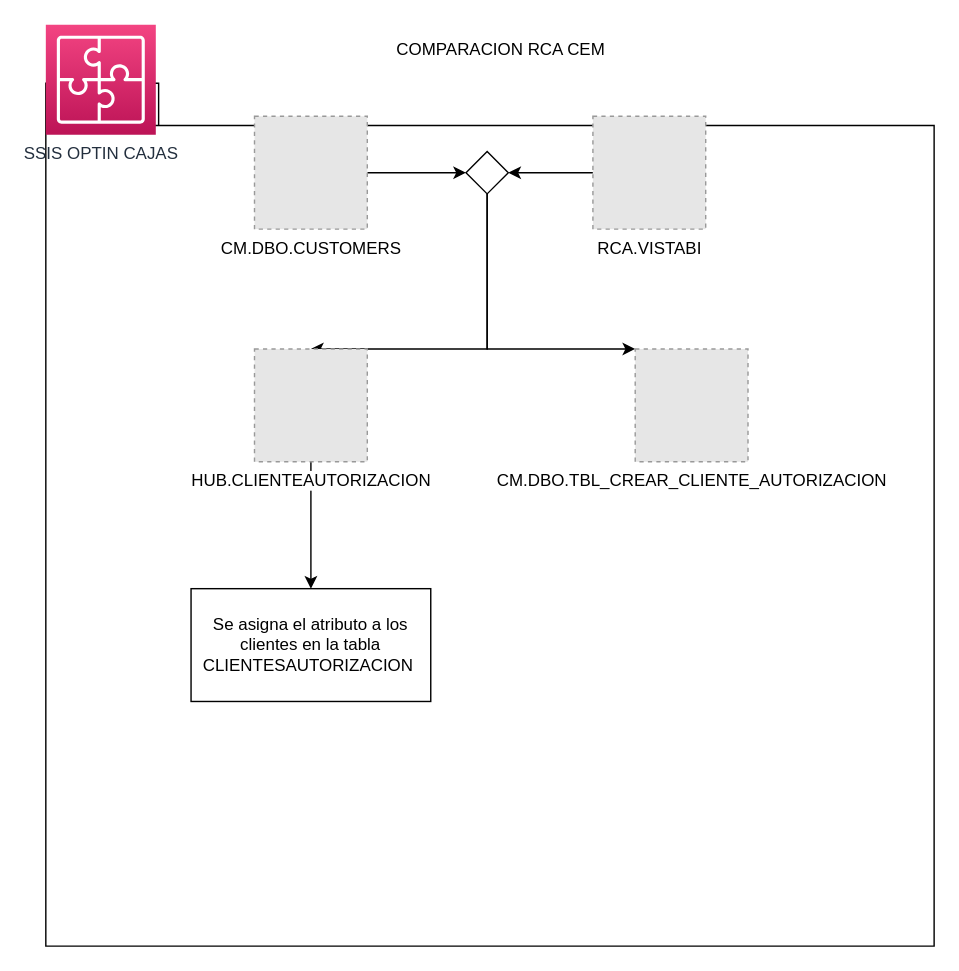
Above: ComparacionRCA_CEM_OPTINCAJAS.drawio in darkarand92/Diagramas-Integracion (draw.io), before the change. Source tidied: cells renumbered, new cells numbered last; positions are measured from the earlier drawing's top-left corner, leaving out a move shared by most shapes. Both pictures are drawn from the tidied source at 141%, with x=0, y=0 at pixel (45, 24). Pictures stored in the file or linked from it are replaced by grey dashed boxes.
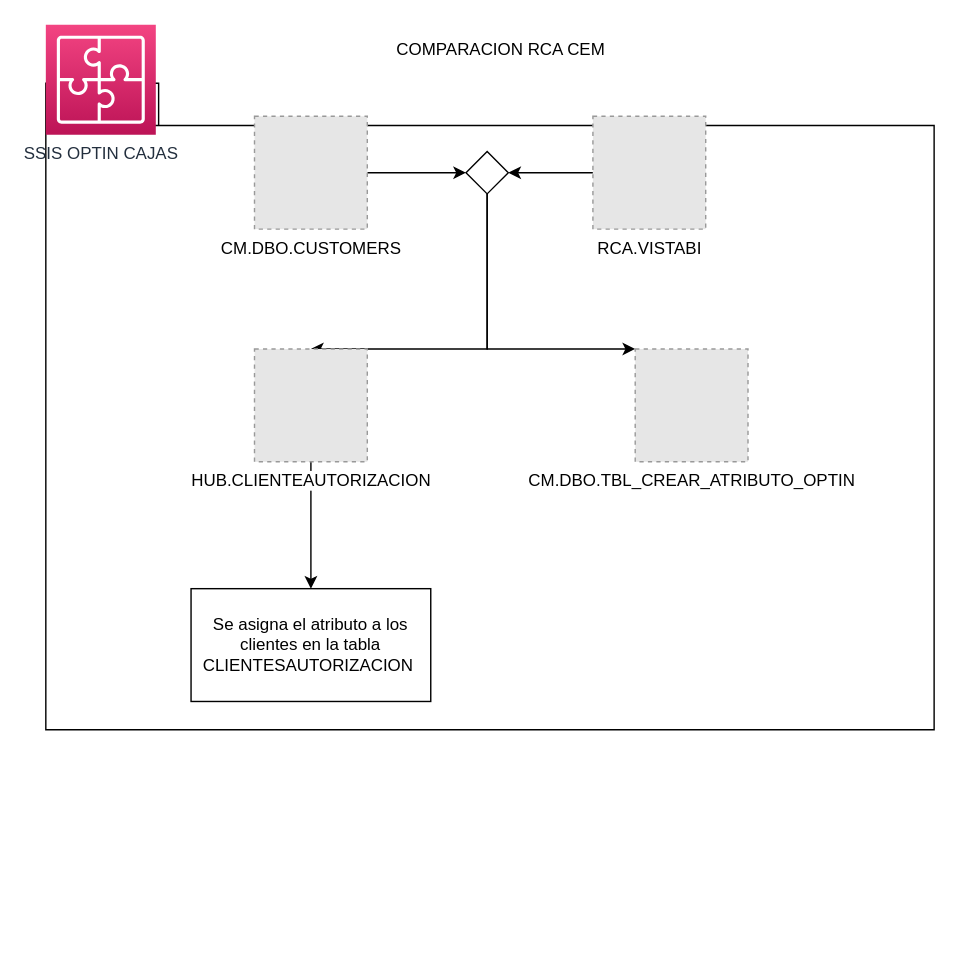
Above is the later version.

Diff of the diagram source:
```diff
@@
 <mxGraphModel>
   <root>
     <mxCell id="0" />
     <mxCell id="1" parent="0" />
     <mxCell id="2" style="shape=folder;fontStyle=1;tabWidth=80;tabHeight=30;tabPosition=left;html=1;boundedLbl=1;" parent="1" vertex="1">
-      <mxGeometry y="41.5" width="630" height="612" as="geometry" />
+      <mxGeometry y="41.5" width="630" height="458.5" as="geometry" />
     </mxCell>
     <mxCell id="3" value="SSIS OPTIN CAJAS" style="fontColor=#232F3E;gradientColor=#F34482;gradientDirection=north;fillColor=#BC1356;strokeColor=#ffffff;dashed=0;verticalLabelPosition=bottom;verticalAlign=top;align=center;html=1;fontSize=12;fontStyle=0;shape=mxgraph.aws4.resourceIcon;resIcon=mxgraph.aws4.application_integration;" parent="1" vertex="1">
       <mxGeometry width="78" height="78" as="geometry" />
     </mxCell>
     <mxCell id="4" style="edgeStyle=orthogonalEdgeStyle;rounded=0;jettySize=auto;html=1;entryX=0;entryY=0.5;entryDx=0;entryDy=0;" parent="1" edge="1" source="5" target="10">
       <mxGeometry relative="1" as="geometry" />
     </mxCell>
     <mxCell id="5" value="CM.DBO.CUSTOMERS" style="fillColor=#E6E6E6;strokeColor=#999999;dashed=1;html=1;verticalAlign=top;verticalLabelPosition=bottom;labelBackgroundColor=#ffffff;" parent="1" vertex="1">
       <mxGeometry x="148" y="65" width="80" height="80" as="geometry" />
     </mxCell>
     <mxCell id="6" style="edgeStyle=orthogonalEdgeStyle;rounded=0;jettySize=auto;html=1;entryX=1;entryY=0.5;entryDx=0;entryDy=0;" parent="1" edge="1" source="7" target="10">
       <mxGeometry relative="1" as="geometry" />
     </mxCell>
     <mxCell id="7" value="RCA.VISTABI" style="fillColor=#E6E6E6;strokeColor=#999999;dashed=1;html=1;verticalAlign=top;verticalLabelPosition=bottom;labelBackgroundColor=#ffffff;" parent="1" vertex="1">
       <mxGeometry x="388" y="65" width="80" height="80" as="geometry" />
     </mxCell>
     <mxCell id="8" style="edgeStyle=orthogonalEdgeStyle;rounded=0;jettySize=auto;html=1;entryX=0.5;entryY=0;entryDx=0;entryDy=0;" parent="1" edge="1" source="10" target="12">
       <mxGeometry relative="1" as="geometry">
         <Array as="points">
           <mxPoint x="313" y="230" />
         </Array>
       </mxGeometry>
     </mxCell>
     <mxCell id="9" style="edgeStyle=orthogonalEdgeStyle;rounded=0;jettySize=auto;html=1;" parent="1" edge="1" source="10" target="14">
       <mxGeometry relative="1" as="geometry">
         <Array as="points">
           <mxPoint x="313" y="230" />
         </Array>
       </mxGeometry>
     </mxCell>
     <mxCell id="10" style="rhombus;whiteSpace=wrap;html=1;" parent="1" vertex="1">
       <mxGeometry x="298" y="90" width="30" height="30" as="geometry" />
     </mxCell>
     <mxCell id="11" style="edgeStyle=orthogonalEdgeStyle;rounded=0;jettySize=auto;html=1;entryX=0.5;entryY=0;entryDx=0;entryDy=0;" parent="1" edge="1" source="12" target="15">
       <mxGeometry relative="1" as="geometry" />
     </mxCell>
     <mxCell id="12" value="HUB.CLIENTEAUTORIZACION" style="fillColor=#E6E6E6;strokeColor=#999999;dashed=1;html=1;verticalAlign=top;verticalLabelPosition=bottom;labelBackgroundColor=#ffffff;" parent="1" vertex="1">
       <mxGeometry x="148" y="230" width="80" height="80" as="geometry" />
     </mxCell>
     <mxCell id="13" value="COMPARACION RCA CEM" style="text;html=1;strokeColor=none;fillColor=none;align=center;verticalAlign=middle;whiteSpace=wrap;rounded=0;" parent="1" vertex="1">
       <mxGeometry x="208" y="8" width="230" height="20" as="geometry" />
     </mxCell>
-    <mxCell id="14" value="CM.DBO.TBL_CREAR_CLIENTE_AUTORIZACION" style="fillColor=#E6E6E6;strokeColor=#999999;dashed=1;html=1;verticalAlign=top;verticalLabelPosition=bottom;labelBackgroundColor=#ffffff;" parent="1" vertex="1">
+    <mxCell id="14" value="CM.DBO.TBL_CREAR_ATRIBUTO_OPTIN" style="fillColor=#E6E6E6;strokeColor=#999999;dashed=1;html=1;verticalAlign=top;verticalLabelPosition=bottom;labelBackgroundColor=#ffffff;" parent="1" vertex="1">
       <mxGeometry x="418" y="230" width="80" height="80" as="geometry" />
     </mxCell>
     <mxCell id="15" value="Se asigna el atributo a los clientes en la tabla CLIENTESAUTORIZACION&amp;nbsp;" style="rounded=0;whiteSpace=wrap;html=1;" parent="1" vertex="1">
       <mxGeometry x="103" y="400" width="170" height="80" as="geometry" />
     </mxCell>
   </root>
 </mxGraphModel>
```
